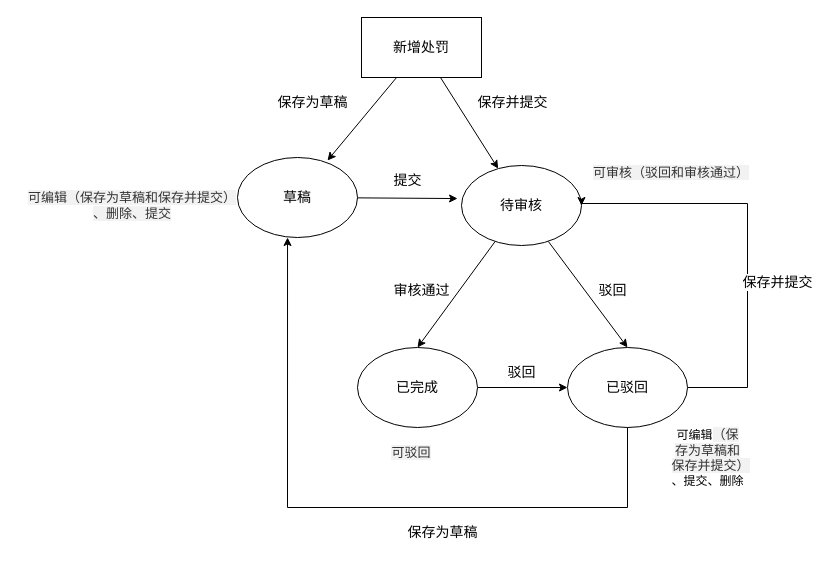
This is 加盟商处罚管理状态流转.drawio from 1846872430/shj_chart, a draw.io file, before an edit. Source tidied: cells renumbered, new cells numbered last; positions are measured from the earlier drawing's top-left corner, leaving out a move shared by most shapes. Both pictures are drawn from the tidied source at 100%, with x=0, y=0 at pixel (17, 17).
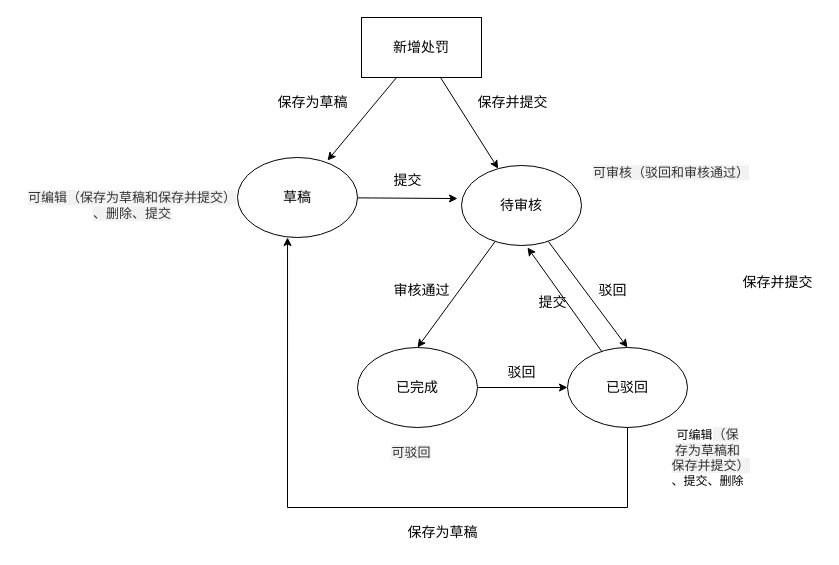
Above is the later version.

Commit message:
更新加盟商处罚管理状态流转.drawio

The change refers to these unchanged cells:
```xml
<mxCell id="7" value="待审核" style="ellipse;whiteSpace=wrap;html=1;fontSize=14;" parent="1" vertex="1">
  <mxGeometry x="444" y="148" width="120" height="80" as="geometry" />
</mxCell>
<mxCell id="16" value="已驳回" style="ellipse;whiteSpace=wrap;html=1;fontSize=14;" parent="1" vertex="1">
  <mxGeometry x="550" y="330" width="120" height="80" as="geometry" />
</mxCell>
```

Change to the diagram source:
```diff
@@
-    <mxCell id="15" style="edgeStyle=orthogonalEdgeStyle;rounded=0;jettySize=auto;html=1;entryX=1;entryY=0.5;entryDx=0;entryDy=0;strokeColor=default;align=center;verticalAlign=middle;fontFamily=Helvetica;fontSize=12;fontColor=default;labelBackgroundColor=default;endArrow=classic;" parent="1" edge="1" source="16" target="7">
+    <mxCell id="15" style="edgeStyle=orthogonalEdgeStyle;rounded=0;orthogonalLoop=1;jettySize=auto;html=1;strokeColor=default;align=center;verticalAlign=middle;fontFamily=Helvetica;fontSize=12;fontColor=default;labelBackgroundColor=default;endArrow=classic;entryX=1;entryY=0.5;entryDx=0;entryDy=0;" parent="1" edge="1">
       <mxGeometry relative="1" as="geometry">
+        <mxPoint x="570" y="186" as="targetPoint" />
         <Array as="points">
           <mxPoint x="730" y="370" />
           <mxPoint x="730" y="186" />
+          <mxPoint x="600" y="186" />
         </Array>
       </mxGeometry>
     </mxCell>
@@
+    <mxCell id="27" value="&lt;font style=&quot;font-size: 14px;&quot;&gt;提交&lt;/font&gt;" style="text;html=1;align=center;verticalAlign=middle;strokeColor=none;fillColor=none;fontFamily=Helvetica;fontSize=12;fontColor=default;labelBackgroundColor=default;" parent="1" vertex="1">
+      <mxGeometry x="510" y="270" width="50" height="30" as="geometry" />
+    </mxCell>
+    <mxCell id="28" style="edgeStyle=none;rounded=0;jettySize=auto;html=1;strokeColor=default;align=center;verticalAlign=middle;fontFamily=Helvetica;fontSize=12;fontColor=default;labelBackgroundColor=default;endArrow=classic;" parent="1" edge="1" source="16">
+      <mxGeometry relative="1" as="geometry">
+        <mxPoint x="510" y="230" as="targetPoint" />
+      </mxGeometry>
+    </mxCell>
```
